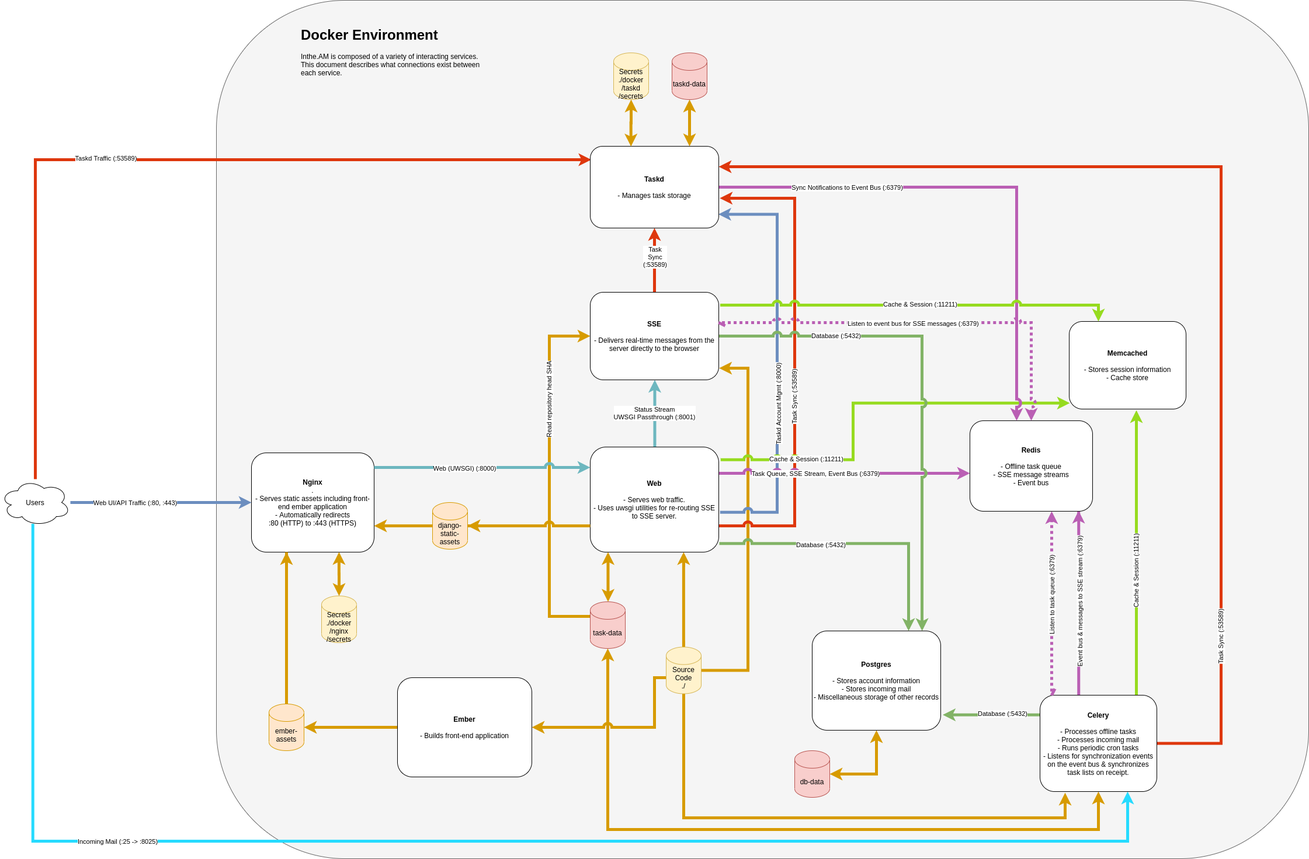
The draw.io diagram docs/development/docker_diagram.png in coddingtonbear/inthe.am, before a commit. Source tidied: cells renumbered, new cells last; positions are measured from the earlier drawing's top-left corner, leaving out a move shared by most shapes.
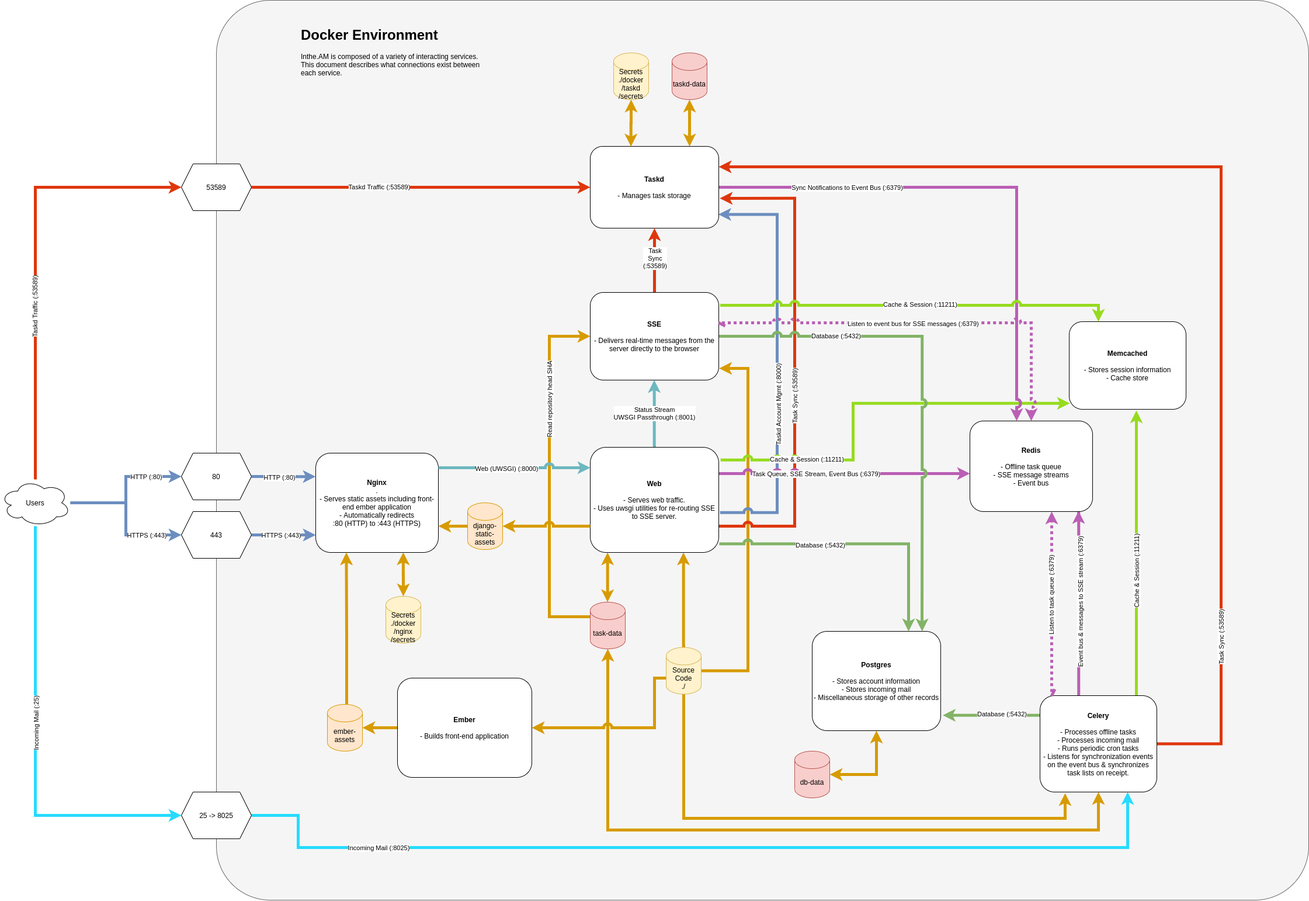
Above is the later version.

Commit message:
Reformatting diagram to make port xformations clearer.

What changed in the source:
```diff
@@ -2,8 +2,8 @@
   <root>
     <mxCell id="0" />
     <mxCell id="1" parent="0" />
-    <mxCell id="2" style="rounded=1;whiteSpace=wrap;html=1;strokeColor=#666666;fillColor=#f5f5f5;fontColor=#333333;" parent="1" vertex="1">
-      <mxGeometry x="370" width="1870" height="1470" as="geometry" />
+    <mxCell id="2" style="rounded=1;whiteSpace=wrap;html=1;strokeColor=#666666;fillColor=#f5f5f5;fontColor=#333333;arcSize=6;" parent="1" vertex="1">
+      <mxGeometry x="370" width="1870" height="1540" as="geometry" />
     </mxCell>
     <mxCell id="3" style="edgeStyle=elbowEdgeStyle;rounded=0;jettySize=auto;html=1;entryX=1.003;entryY=0.866;entryDx=0;entryDy=0;entryPerimeter=0;startArrow=none;startFill=0;endArrow=classic;endFill=1;strokeWidth=5;fillColor=#ffe6cc;strokeColor=#d79b00;exitX=1;exitY=0.5;exitDx=0;exitDy=0;exitPerimeter=0;jumpStyle=arc;" parent="1" edge="1" source="39" target="36">
       <mxGeometry relative="1" as="geometry">
@@ -72,7 +72,7 @@
         <mxPoint x="5" y="-259" as="offset" />
       </mxGeometry>
     </mxCell>
-    <mxCell id="12" style="edgeStyle=elbowEdgeStyle;rounded=0;jettySize=auto;html=1;strokeWidth=5;endArrow=none;endFill=0;startArrow=classic;startFill=1;fillColor=#ffe6cc;strokeColor=#d79b00;" parent="1" edge="1" source="13" target="31">
+    <mxCell id="12" style="edgeStyle=elbowEdgeStyle;rounded=0;jettySize=auto;html=1;strokeWidth=5;endArrow=none;endFill=0;startArrow=classic;startFill=1;fillColor=#ffe6cc;strokeColor=#d79b00;entryX=0;entryY=0.5;entryDx=0;entryDy=0;entryPerimeter=0;" parent="1" edge="1" source="13" target="31">
       <mxGeometry relative="1" as="geometry">
         <Array as="points">
           <mxPoint x="830" y="900" />
@@ -80,41 +80,44 @@
       </mxGeometry>
     </mxCell>
     <mxCell id="13" value="&lt;b&gt;Nginx&lt;/b&gt;&lt;br&gt;.&lt;br&gt;- Serves static assets including front-end ember application&lt;br&gt;- Automatically redirects&lt;br&gt;:80 (HTTP) to :443 (HTTPS)" style="rounded=1;whiteSpace=wrap;html=1;" parent="1" vertex="1">
-      <mxGeometry x="430" y="775" width="210" height="170" as="geometry" />
+      <mxGeometry x="540" y="775" width="210" height="170" as="geometry" />
     </mxCell>
-    <mxCell id="14" style="edgeStyle=elbowEdgeStyle;rounded=0;jettySize=auto;html=1;strokeWidth=5;fillColor=#dae8fc;strokeColor=#6c8ebf;startArrow=none;startFill=0;" parent="1" edge="1" source="20" target="13">
-      <mxGeometry relative="1" as="geometry" />
-    </mxCell>
-    <mxCell id="15" value="Web UI/API Traffic (:80, :443)" style="edgeLabel;html=1;align=center;verticalAlign=middle;" parent="14" vertex="1">
-      <mxGeometry x="-0.36" y="2" relative="1" as="geometry">
-        <mxPoint x="10.6" y="2" as="offset" />
-      </mxGeometry>
-    </mxCell>
-    <mxCell id="16" style="edgeStyle=orthogonalEdgeStyle;rounded=0;sketch=0;jettySize=auto;html=1;entryX=0.008;entryY=0.164;entryDx=0;entryDy=0;shadow=0;startArrow=none;startFill=0;endArrow=classic;endFill=1;strokeWidth=5;fillColor=#60a917;strokeColor=#DE370D;entryPerimeter=0;" parent="1" edge="1" source="20" target="59">
-      <mxGeometry relative="1" as="geometry">
-        <Array as="points">
-          <mxPoint x="60" y="273" />
-        </Array>
-      </mxGeometry>
-    </mxCell>
-    <mxCell id="17" value="Taskd Traffic (:53589)" style="edgeLabel;html=1;align=center;verticalAlign=middle;horizontal=1;rotation=0;" parent="16" vertex="1">
-      <mxGeometry x="-0.31" y="-275" relative="1" as="geometry">
-        <mxPoint x="-155" y="-33.5" as="offset" />
-      </mxGeometry>
-    </mxCell>
-    <mxCell id="18" style="edgeStyle=orthogonalEdgeStyle;rounded=0;sketch=0;jettySize=auto;html=1;entryX=0.75;entryY=1;entryDx=0;entryDy=0;shadow=0;startArrow=none;startFill=0;endFill=1;strokeWidth=5;fillColor=#ffe6cc;exitX=0.465;exitY=0.957;exitDx=0;exitDy=0;exitPerimeter=0;strokeColor=#26DBFF;" parent="1" edge="1" source="20" target="49">
-      <mxGeometry relative="1" as="geometry">
-        <Array as="points">
-          <mxPoint x="56" y="1440" />
-          <mxPoint x="1930" y="1440" />
-        </Array>
-      </mxGeometry>
-    </mxCell>
-    <mxCell id="19" value="Incoming Mail (:25 -&amp;gt; :8025)" style="edgeLabel;html=1;align=center;verticalAlign=middle;rotation=0;" parent="18" vertex="1">
-      <mxGeometry x="-0.83" y="5" relative="1" as="geometry">
-        <mxPoint x="139.2" y="328.1" as="offset" />
-      </mxGeometry>
-    </mxCell>
+    <mxCell id="77" style="edgeStyle=orthogonalEdgeStyle;rounded=0;sketch=0;jettySize=auto;html=1;entryX=0;entryY=0.5;entryDx=0;entryDy=0;shadow=0;startArrow=none;startFill=0;endFill=1;strokeColor=#DE370D;strokeWidth=5;fillColor=#60a917;" parent="1" edge="1" source="20" target="87">
+      <mxGeometry relative="1" as="geometry">
+        <Array as="points">
+          <mxPoint x="60" y="320" />
+        </Array>
+      </mxGeometry>
+    </mxCell>
+    <mxCell id="78" value="Taskd Traffic (:53589)" style="edgeLabel;html=1;align=center;verticalAlign=middle;rotation=270;" parent="77" vertex="1">
+      <mxGeometry x="-0.21" y="1" relative="1" as="geometry" />
+    </mxCell>
+    <mxCell id="79" style="edgeStyle=orthogonalEdgeStyle;rounded=0;jettySize=auto;html=1;startArrow=none;startFill=0;strokeColor=#6c8ebf;strokeWidth=5;fillColor=#dae8fc;" parent="1" edge="1" source="20" target="90">
+      <mxGeometry relative="1" as="geometry" />
+    </mxCell>
+    <mxCell id="80" value="HTTP (:80)" style="edgeLabel;html=1;align=center;verticalAlign=middle;" parent="79" vertex="1">
+      <mxGeometry x="0.34" y="-1" relative="1" as="geometry">
+        <mxPoint x="17.9" y="-1" as="offset" />
+      </mxGeometry>
+    </mxCell>
+    <mxCell id="81" style="edgeStyle=orthogonalEdgeStyle;rounded=0;jettySize=auto;html=1;entryX=0;entryY=0.5;entryDx=0;entryDy=0;startArrow=none;startFill=0;strokeColor=#6c8ebf;strokeWidth=5;fillColor=#dae8fc;" parent="1" edge="1" source="20" target="93">
+      <mxGeometry relative="1" as="geometry" />
+    </mxCell>
+    <mxCell id="82" value="HTTPS (:443)" style="edgeLabel;html=1;align=center;verticalAlign=middle;" parent="81" vertex="1">
+      <mxGeometry x="0.37" y="1" relative="1" as="geometry">
+        <mxPoint x="16.9" y="1" as="offset" />
+      </mxGeometry>
+    </mxCell>
+    <mxCell id="83" style="edgeStyle=orthogonalEdgeStyle;rounded=0;sketch=0;jettySize=auto;html=1;entryX=0;entryY=0.5;entryDx=0;entryDy=0;shadow=0;startArrow=none;startFill=0;endFill=1;strokeColor=#26DBFF;strokeWidth=5;fillColor=#ffe6cc;" parent="1" edge="1" source="20" target="96">
+      <mxGeometry relative="1" as="geometry">
+        <Array as="points">
+          <mxPoint x="60" y="1395" />
+        </Array>
+      </mxGeometry>
+    </mxCell>
+    <mxCell id="84" value="Incoming Mail (:25)" style="edgeLabel;html=1;align=center;verticalAlign=middle;rotation=270;" parent="83" vertex="1">
+      <mxGeometry x="-0.09" y="1" relative="1" as="geometry" />
+    </mxCell>
     <mxCell id="20" value="Users" style="ellipse;shape=cloud;whiteSpace=wrap;html=1;" parent="1" vertex="1">
       <mxGeometry y="820" width="120" height="80" as="geometry" />
     </mxCell>
@@ -167,7 +170,7 @@
       <mxGeometry x="1010" y="765" width="220" height="180" as="geometry" />
     </mxCell>
     <mxCell id="31" value="django-static-assets" style="shape=cylinder3;whiteSpace=wrap;html=1;boundedLbl=1;backgroundOutline=1;size=15;strokeColor=#d79b00;fillColor=#ffe6cc;" parent="1" vertex="1">
-      <mxGeometry x="740" y="860" width="60" height="80" as="geometry" />
+      <mxGeometry x="800" y="860" width="60" height="80" as="geometry" />
     </mxCell>
     <mxCell id="32" style="edgeStyle=orthogonalEdgeStyle;rounded=0;sketch=0;jettySize=auto;html=1;entryX=0.855;entryY=0;entryDx=0;entryDy=0;entryPerimeter=0;shadow=0;startArrow=none;startFill=0;endArrow=classic;endFill=1;strokeWidth=5;fillColor=#d5e8d4;strokeColor=#82b366;jumpStyle=arc;" parent="1" edge="1" source="36" target="54">
       <mxGeometry relative="1" as="geometry" />
@@ -316,16 +319,16 @@
     <mxCell id="63" value="&lt;b&gt;Ember&lt;/b&gt;&lt;br&gt;&lt;br&gt;- Builds front-end application" style="rounded=1;whiteSpace=wrap;html=1;" parent="1" vertex="1">
       <mxGeometry x="680" y="1160" width="230" height="170" as="geometry" />
     </mxCell>
-    <mxCell id="64" style="edgeStyle=orthogonalEdgeStyle;rounded=0;jettySize=auto;html=1;startArrow=none;startFill=0;endArrow=classic;endFill=1;strokeColor=#d79b00;strokeWidth=5;fillColor=#ffe6cc;" parent="1" edge="1" source="65">
+    <mxCell id="64" style="edgeStyle=orthogonalEdgeStyle;rounded=0;jettySize=auto;html=1;startArrow=none;startFill=0;endArrow=classic;endFill=1;strokeColor=#d79b00;strokeWidth=5;fillColor=#ffe6cc;entryX=0.25;entryY=1;entryDx=0;entryDy=0;" parent="1" edge="1" source="65" target="13">
       <mxGeometry relative="1" as="geometry">
-        <mxPoint x="490" y="945" as="targetPoint" />
         <Array as="points">
-          <mxPoint x="490" y="945" />
+          <mxPoint x="593" y="1090" />
+          <mxPoint x="593" y="1090" />
         </Array>
       </mxGeometry>
     </mxCell>
     <mxCell id="65" value="ember-assets" style="shape=cylinder3;whiteSpace=wrap;html=1;boundedLbl=1;backgroundOutline=1;size=15;strokeColor=#d79b00;fillColor=#ffe6cc;" parent="1" vertex="1">
-      <mxGeometry x="460" y="1205" width="60" height="80" as="geometry" />
+      <mxGeometry x="560" y="1205" width="60" height="80" as="geometry" />
     </mxCell>
     <mxCell id="66" style="edgeStyle=elbowEdgeStyle;rounded=0;sketch=0;jettySize=auto;html=1;shadow=0;startArrow=classic;startFill=1;endArrow=openAsync;endFill=0;strokeWidth=5;exitX=0.5;exitY=0;exitDx=0;exitDy=0;fillColor=#d0cee2;strokeColor=#BA5FB4;entryX=1;entryY=0.346;entryDx=0;entryDy=0;entryPerimeter=0;dashed=1;dashPattern=1 1;jumpStyle=arc;" parent="1" edge="1" source="52" target="36">
       <mxGeometry relative="1" as="geometry">
@@ -377,7 +380,53 @@
       <mxGeometry relative="1" as="geometry" />
     </mxCell>
     <mxCell id="76" value="Secrets&lt;br&gt;./docker&lt;br&gt;/nginx&lt;br&gt;/secrets" style="shape=cylinder3;whiteSpace=wrap;html=1;boundedLbl=1;backgroundOutline=1;size=15;fillColor=#fff2cc;strokeColor=#d6b656;" parent="1" vertex="1">
-      <mxGeometry x="550" y="1020" width="60" height="80" as="geometry" />
+      <mxGeometry x="660" y="1020" width="60" height="80" as="geometry" />
     </mxCell>
+    <mxCell id="85" style="edgeStyle=orthogonalEdgeStyle;rounded=0;sketch=0;jettySize=auto;html=1;entryX=0;entryY=0.5;entryDx=0;entryDy=0;shadow=0;startArrow=none;startFill=0;endFill=1;strokeColor=#DE370D;strokeWidth=5;fillColor=#60a917;" parent="1" edge="1" source="87" target="59">
+      <mxGeometry relative="1" as="geometry" />
+    </mxCell>
+    <mxCell id="86" value="Taskd Traffic (:53589)" style="edgeLabel;html=1;align=center;verticalAlign=middle;" parent="85" vertex="1">
+      <mxGeometry x="-0.25" y="1" relative="1" as="geometry" />
+    </mxCell>
+    <mxCell id="87" value="53589" style="shape=hexagon;perimeter=hexagonPerimeter2;whiteSpace=wrap;html=1;fixedSize=1;" parent="1" vertex="1">
+      <mxGeometry x="310" y="280" width="120" height="80" as="geometry" />
+    </mxCell>
+    <mxCell id="88" style="edgeStyle=orthogonalEdgeStyle;rounded=0;jettySize=auto;html=1;entryX=-0.001;entryY=0.236;entryDx=0;entryDy=0;startArrow=none;startFill=0;strokeColor=#6c8ebf;strokeWidth=5;fillColor=#dae8fc;entryPerimeter=0;" parent="1" edge="1" source="90" target="13">
+      <mxGeometry relative="1" as="geometry" />
+    </mxCell>
+    <mxCell id="89" value="HTTP (:80)" style="edgeLabel;html=1;align=center;verticalAlign=middle;" parent="88" vertex="1">
+      <mxGeometry y="-8" relative="1" as="geometry">
+        <mxPoint x="-8" y="-7" as="offset" />
+      </mxGeometry>
+    </mxCell>
+    <mxCell id="90" value="80" style="shape=hexagon;perimeter=hexagonPerimeter2;whiteSpace=wrap;html=1;fixedSize=1;" parent="1" vertex="1">
+      <mxGeometry x="310" y="775" width="120" height="80" as="geometry" />
+    </mxCell>
+    <mxCell id="91" style="edgeStyle=orthogonalEdgeStyle;rounded=0;jettySize=auto;html=1;entryX=0;entryY=0.824;entryDx=0;entryDy=0;entryPerimeter=0;startArrow=none;startFill=0;strokeColor=#6c8ebf;strokeWidth=5;fillColor=#dae8fc;" parent="1" edge="1" source="93" target="13">
+      <mxGeometry relative="1" as="geometry" />
+    </mxCell>
+    <mxCell id="92" value="HTTPS (:443)" style="edgeLabel;html=1;align=center;verticalAlign=middle;" parent="91" vertex="1">
+      <mxGeometry y="-21" relative="1" as="geometry">
+        <mxPoint x="-5.2" y="-21.1" as="offset" />
+      </mxGeometry>
+    </mxCell>
+    <mxCell id="93" value="443" style="shape=hexagon;perimeter=hexagonPerimeter2;whiteSpace=wrap;html=1;fixedSize=1;" parent="1" vertex="1">
+      <mxGeometry x="310" y="875" width="120" height="80" as="geometry" />
+    </mxCell>
+    <mxCell id="94" style="edgeStyle=orthogonalEdgeStyle;rounded=0;sketch=0;jettySize=auto;html=1;entryX=0.75;entryY=1;entryDx=0;entryDy=0;shadow=0;startArrow=none;startFill=0;endFill=1;strokeColor=#26DBFF;strokeWidth=5;fillColor=#ffe6cc;" parent="1" edge="1" source="96" target="49">
+      <mxGeometry relative="1" as="geometry">
+        <Array as="points">
+          <mxPoint x="510" y="1395" />
+          <mxPoint x="510" y="1450" />
+          <mxPoint x="1930" y="1450" />
+        </Array>
+      </mxGeometry>
+    </mxCell>
+    <mxCell id="95" value="Incoming Mail (:8025)" style="edgeLabel;html=1;align=center;verticalAlign=middle;" parent="94" vertex="1">
+      <mxGeometry x="-0.67" relative="1" as="geometry" />
+    </mxCell>
+    <mxCell id="96" value="25 -&amp;gt; 8025" style="shape=hexagon;perimeter=hexagonPerimeter2;whiteSpace=wrap;html=1;fixedSize=1;" parent="1" vertex="1">
+      <mxGeometry x="310" y="1355" width="120" height="80" as="geometry" />
+    </mxCell>
   </root>
 </mxGraphModel>
```
